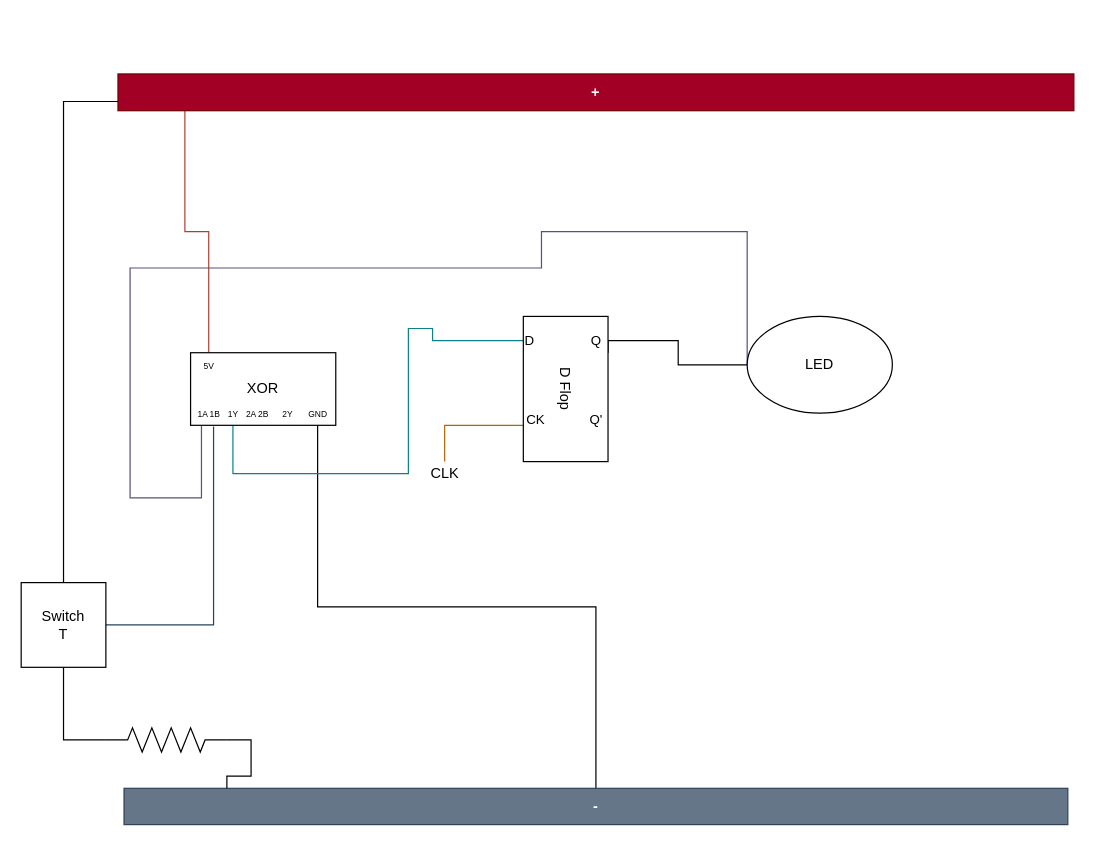
Above: page "Page-3" (3 of 3) of lab 4.drawio in jamesma123/freeCodeCamp (draw.io), before the change. Source tidied: cells renumbered, new cells numbered last; positions are measured from the earlier drawing's top-left corner, leaving out a move shared by most shapes. Both pictures are drawn from the tidied source at 121%, with x=0, y=0 at pixel (21, 74).
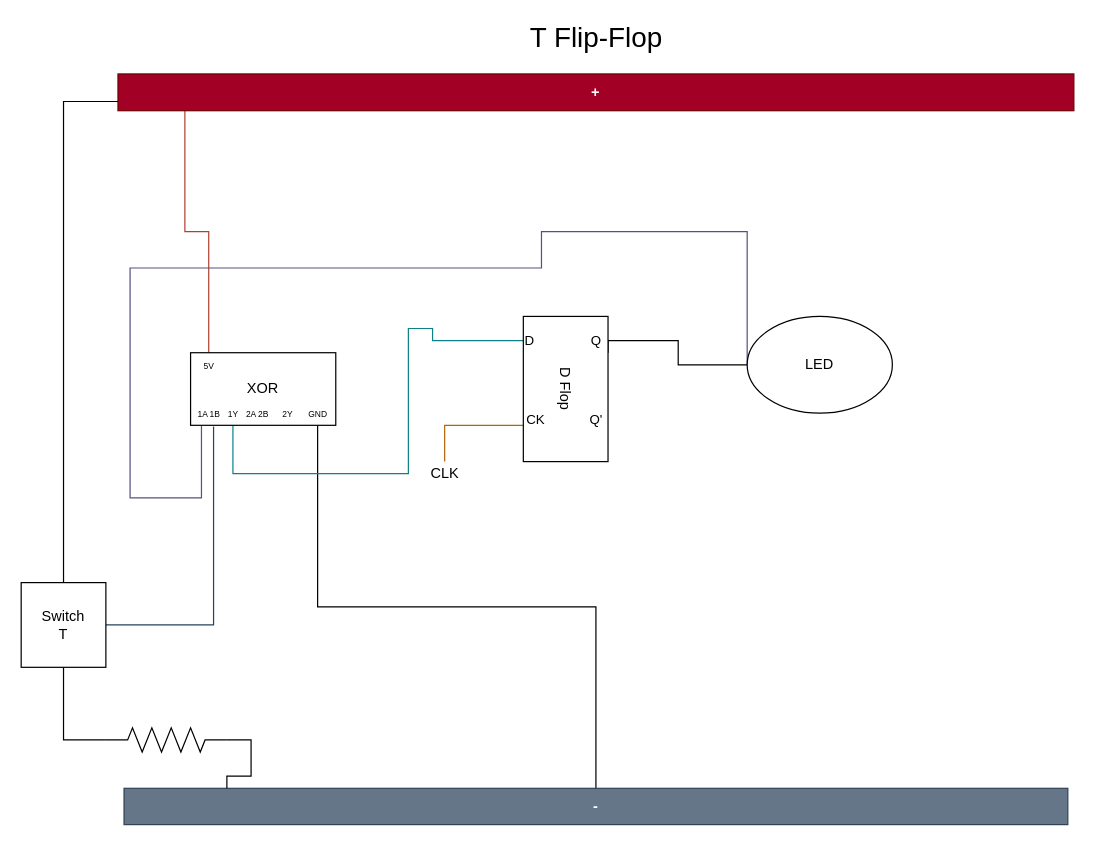
After the change.

What changed in the source:
```diff
@@
+    <mxCell id="32" value="&lt;font style=&quot;font-size: 23px&quot;&gt;T Flip-Flop&lt;/font&gt;" style="text;html=1;align=center;verticalAlign=middle;fillColor=none;strokeColor=none;rounded=0;" parent="1" vertex="1">
+      <mxGeometry x="410" y="-40" width="130" height="20" as="geometry" />
+    </mxCell>
```
